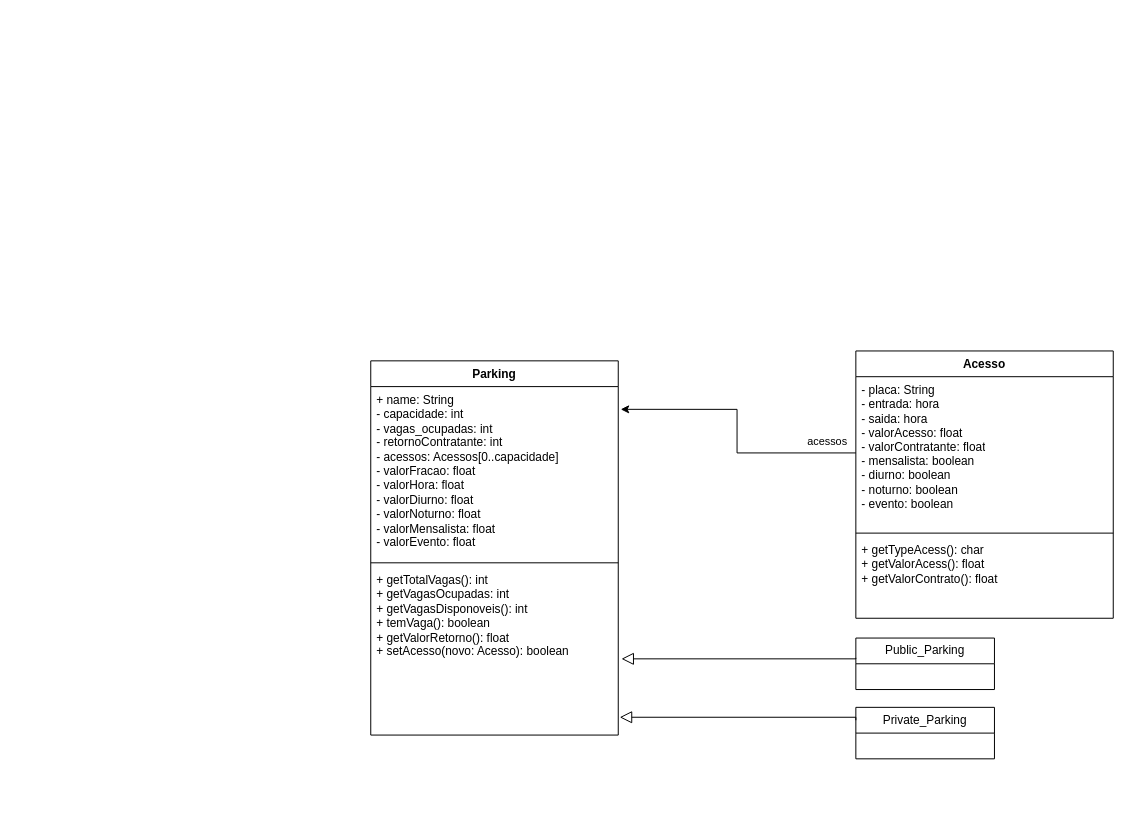
Pedronosrins/OO keeps this draw.io diagram as TP/Class_Diagram.drawio. Above is the earlier version. Source tidied: cells renumbered, new cells numbered last; positions are measured from the earlier drawing's top-left corner, leaving out a move shared by most shapes. Both pictures are drawn from the tidied source at 99%, with x=0, y=0 at pixel (370, 350).
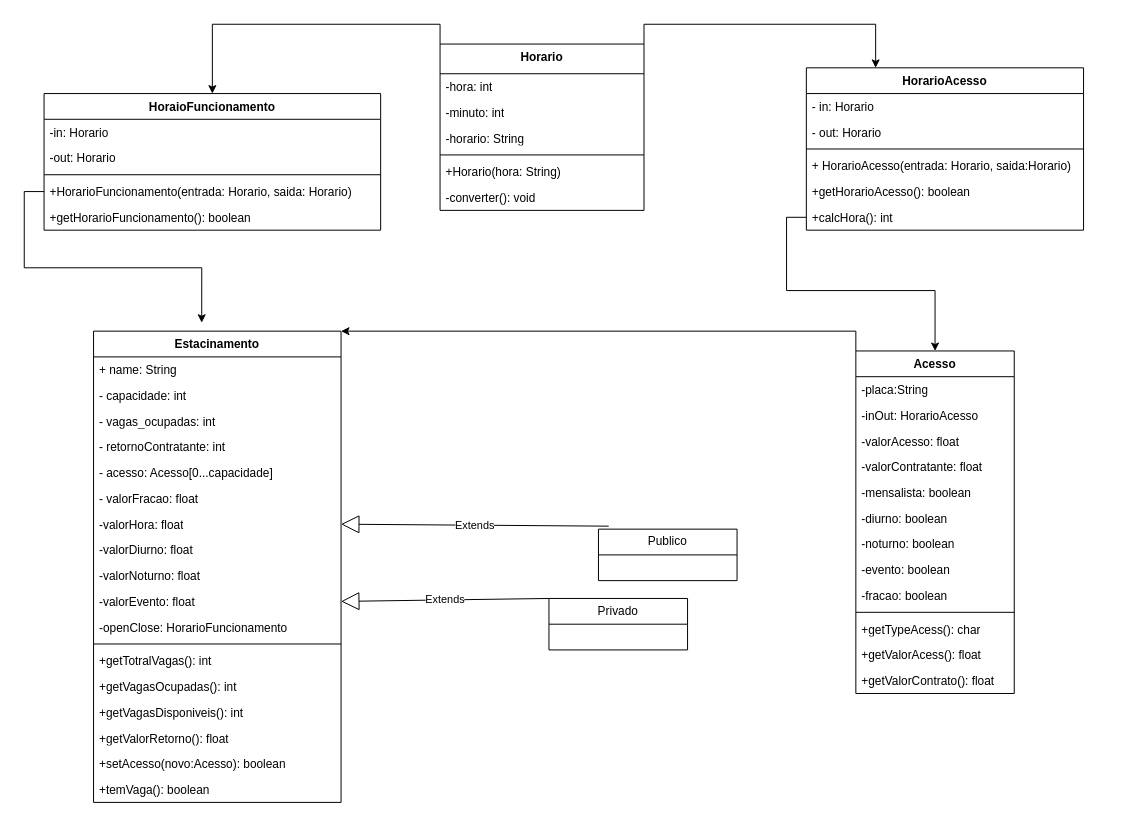
Above is the later version.

Diff of the diagram source:
```diff
@@
-    <mxCell id="2" style="endArrow=block;endSize=10;endFill=0;shadow=0;strokeWidth=1;rounded=0;edgeStyle=elbowEdgeStyle;elbow=vertical;entryX=1.006;entryY=0.891;entryDx=0;entryDy=0;entryPerimeter=0;exitX=0;exitY=0.25;exitDx=0;exitDy=0;" parent="1" edge="1" source="12" target="6">
-      <mxGeometry relative="1" as="geometry">
-        <Array as="points">
-          <mxPoint x="489" y="370" />
-          <mxPoint x="318" y="511" />
-          <mxPoint x="368" y="401" />
-          <mxPoint x="198" y="471" />
-          <mxPoint x="238" y="511" />
-          <mxPoint x="388" y="451" />
-        </Array>
-      </mxGeometry>
-    </mxCell>
-    <mxCell id="3" value="Parking" style="swimlane;fontStyle=1;align=center;verticalAlign=top;horizontal=1;startSize=26;whiteSpace=wrap;html=1;" parent="1" vertex="1">
-      <mxGeometry y="10" width="250" height="378" as="geometry" />
-    </mxCell>
-    <mxCell id="4" value="+ name: String&lt;br&gt;- capacidade: int&lt;br&gt;- vagas_ocupadas: int&lt;br&gt;- retornoContratante: int&lt;br&gt;- acessos: Acessos[0..capacidade]&lt;br&gt;- valorFracao: float&lt;br&gt;- valorHora: float&lt;br&gt;- valorDiurno: float&lt;br&gt;- valorNoturno: float&lt;br&gt;- valorMensalista: float&lt;br&gt;- valorEvento: float" style="text;strokeColor=none;fillColor=none;align=left;verticalAlign=top;spacingLeft=4;spacingRight=4;overflow=hidden;points=[[0,0.5],[1,0.5]];portConstraint=eastwest;whiteSpace=wrap;html=1;" parent="3" vertex="1">
-      <mxGeometry y="26" width="250" height="174" as="geometry" />
-    </mxCell>
-    <mxCell id="5" style="line;strokeWidth=1;fillColor=none;align=left;verticalAlign=middle;spacingTop=-1;spacingLeft=3;spacingRight=3;labelPosition=right;strokeColor=inherit;" parent="3" vertex="1">
-      <mxGeometry y="200" width="250" height="8" as="geometry" />
-    </mxCell>
-    <mxCell id="6" value="+ getTotalVagas(): int&lt;br&gt;+ getVagasOcupadas: int&lt;br&gt;+ getVagasDisponoveis(): int&lt;br&gt;+ temVaga(): boolean&lt;br&gt;+ getValorRetorno(): float&lt;br&gt;+ setAcesso(novo: Acesso): boolean" style="text;strokeColor=none;fillColor=none;align=left;verticalAlign=top;spacingLeft=4;spacingRight=4;overflow=hidden;points=[[0,0.5],[1,0.5]];portConstraint=eastwest;whiteSpace=wrap;html=1;" parent="3" vertex="1">
-      <mxGeometry y="208" width="250" height="170" as="geometry" />
-    </mxCell>
+    <mxCell id="16" value="Estacinamento" style="swimlane;fontStyle=1;align=center;verticalAlign=top;horizontal=1;startSize=26;whiteSpace=wrap;html=1;" parent="1" vertex="1">
+      <mxGeometry x="-280" y="-20" width="250" height="476" as="geometry" />
+    </mxCell>
+    <mxCell id="17" value="+ name: String" style="text;strokeColor=none;fillColor=none;align=left;verticalAlign=top;spacingLeft=4;spacingRight=4;overflow=hidden;whiteSpace=wrap;html=1;" parent="16" vertex="1">
+      <mxGeometry y="26" width="250" height="26" as="geometry" />
+    </mxCell>
+    <mxCell id="18" value="- capacidade: int&amp;nbsp;" style="text;strokeColor=none;fillColor=none;align=left;verticalAlign=top;spacingLeft=4;spacingRight=4;overflow=hidden;whiteSpace=wrap;html=1;" parent="16" vertex="1">
+      <mxGeometry y="52" width="250" height="26" as="geometry" />
+    </mxCell>
+    <mxCell id="19" value="- vagas_ocupadas: int&amp;nbsp;" style="text;strokeColor=none;fillColor=none;align=left;verticalAlign=top;spacingLeft=4;spacingRight=4;overflow=hidden;whiteSpace=wrap;html=1;" parent="16" vertex="1">
+      <mxGeometry y="78" width="250" height="26" as="geometry" />
+    </mxCell>
+    <mxCell id="20" value="- retornoContratante: int&amp;nbsp;" style="text;strokeColor=none;fillColor=none;align=left;verticalAlign=top;spacingLeft=4;spacingRight=4;overflow=hidden;whiteSpace=wrap;html=1;" parent="16" vertex="1">
+      <mxGeometry y="104" width="250" height="26" as="geometry" />
+    </mxCell>
+    <mxCell id="21" value="- acesso: Acesso[0...capacidade]&amp;nbsp;" style="text;strokeColor=none;fillColor=none;align=left;verticalAlign=top;spacingLeft=4;spacingRight=4;overflow=hidden;whiteSpace=wrap;html=1;" parent="16" vertex="1">
+      <mxGeometry y="130" width="250" height="26" as="geometry" />
+    </mxCell>
+    <mxCell id="22" value="- valorFracao: float" style="text;strokeColor=none;fillColor=none;align=left;verticalAlign=top;spacingLeft=4;spacingRight=4;overflow=hidden;whiteSpace=wrap;html=1;" parent="16" vertex="1">
+      <mxGeometry y="156" width="250" height="26" as="geometry" />
+    </mxCell>
+    <mxCell id="23" value="-valorHora: float" style="text;strokeColor=none;fillColor=none;align=left;verticalAlign=top;spacingLeft=4;spacingRight=4;overflow=hidden;points=[[0,0.5],[1,0.5]];portConstraint=eastwest;whiteSpace=wrap;html=1;" parent="16" vertex="1">
+      <mxGeometry y="182" width="250" height="26" as="geometry" />
+    </mxCell>
+    <mxCell id="24" value="-valorDiurno: float" style="text;strokeColor=none;fillColor=none;align=left;verticalAlign=top;spacingLeft=4;spacingRight=4;overflow=hidden;whiteSpace=wrap;html=1;" parent="16" vertex="1">
+      <mxGeometry y="208" width="250" height="26" as="geometry" />
+    </mxCell>
+    <mxCell id="25" value="-valorNoturno: float" style="text;strokeColor=none;fillColor=none;align=left;verticalAlign=top;spacingLeft=4;spacingRight=4;overflow=hidden;whiteSpace=wrap;html=1;" parent="16" vertex="1">
+      <mxGeometry y="234" width="250" height="26" as="geometry" />
+    </mxCell>
+    <mxCell id="26" value="-valorEvento: float" style="text;strokeColor=none;fillColor=none;align=left;verticalAlign=top;spacingLeft=4;spacingRight=4;overflow=hidden;points=[[0,0.5],[1,0.5]];portConstraint=eastwest;whiteSpace=wrap;html=1;" parent="16" vertex="1">
+      <mxGeometry y="260" width="250" height="26" as="geometry" />
+    </mxCell>
+    <mxCell id="27" value="-openClose: HorarioFuncionamento" style="text;strokeColor=none;fillColor=none;align=left;verticalAlign=top;spacingLeft=4;spacingRight=4;overflow=hidden;whiteSpace=wrap;html=1;" parent="16" vertex="1">
+      <mxGeometry y="286" width="250" height="26" as="geometry" />
+    </mxCell>
+    <mxCell id="28" style="line;strokeWidth=1;fillColor=none;align=left;verticalAlign=middle;spacingTop=-1;spacingLeft=3;spacingRight=3;labelPosition=right;strokeColor=inherit;" parent="16" vertex="1">
+      <mxGeometry y="312" width="250" height="8" as="geometry" />
+    </mxCell>
+    <mxCell id="29" value="+getTotralVagas(): int&amp;nbsp;" style="text;strokeColor=none;fillColor=none;align=left;verticalAlign=top;spacingLeft=4;spacingRight=4;overflow=hidden;whiteSpace=wrap;html=1;" parent="16" vertex="1">
+      <mxGeometry y="320" width="250" height="26" as="geometry" />
+    </mxCell>
+    <mxCell id="30" value="+getVagasOcupadas(): int&amp;nbsp;" style="text;strokeColor=none;fillColor=none;align=left;verticalAlign=top;spacingLeft=4;spacingRight=4;overflow=hidden;whiteSpace=wrap;html=1;" parent="16" vertex="1">
+      <mxGeometry y="346" width="250" height="26" as="geometry" />
+    </mxCell>
+    <mxCell id="31" value="+getVagasDisponiveis(): int&amp;nbsp;" style="text;strokeColor=none;fillColor=none;align=left;verticalAlign=top;spacingLeft=4;spacingRight=4;overflow=hidden;whiteSpace=wrap;html=1;" parent="16" vertex="1">
+      <mxGeometry y="372" width="250" height="26" as="geometry" />
+    </mxCell>
+    <mxCell id="32" value="+getValorRetorno(): float" style="text;strokeColor=none;fillColor=none;align=left;verticalAlign=top;spacingLeft=4;spacingRight=4;overflow=hidden;whiteSpace=wrap;html=1;" parent="16" vertex="1">
+      <mxGeometry y="398" width="250" height="26" as="geometry" />
+    </mxCell>
+    <mxCell id="33" value="+setAcesso(novo:Acesso): boolean&amp;nbsp;" style="text;strokeColor=none;fillColor=none;align=left;verticalAlign=top;spacingLeft=4;spacingRight=4;overflow=hidden;whiteSpace=wrap;html=1;" parent="16" vertex="1">
+      <mxGeometry y="424" width="250" height="26" as="geometry" />
+    </mxCell>
+    <mxCell id="34" value="+temVaga(): boolean&amp;nbsp;" style="text;strokeColor=none;fillColor=none;align=left;verticalAlign=top;spacingLeft=4;spacingRight=4;overflow=hidden;whiteSpace=wrap;html=1;" parent="16" vertex="1">
+      <mxGeometry y="450" width="250" height="26" as="geometry" />
+    </mxCell>
+    <mxCell id="35" style="edgeStyle=orthogonalEdgeStyle;rounded=0;jettySize=auto;html=1;exitX=0;exitY=0;exitDx=0;exitDy=0;entryX=1;entryY=0;entryDx=0;entryDy=0;" parent="1" edge="1" source="7" target="16">
+      <mxGeometry relative="1" as="geometry" />
+    </mxCell>
     <mxCell id="7" value="Acesso" style="swimlane;fontStyle=1;align=center;verticalAlign=top;horizontal=1;startSize=26;whiteSpace=wrap;html=1;" parent="1" vertex="1">
-      <mxGeometry x="490" width="260" height="270" as="geometry" />
+      <mxGeometry x="490" width="160" height="346" as="geometry" />
     </mxCell>
-    <mxCell id="8" value="- placa: String&lt;br&gt;- entrada: hora&lt;br&gt;- saida: hora&lt;br&gt;- valorAcesso: float&lt;br&gt;- valorContratante: float&lt;br&gt;- mensalista: boolean&lt;br&gt;- diurno: boolean&lt;br&gt;- noturno: boolean&lt;br&gt;- evento: boolean" style="text;strokeColor=none;fillColor=none;align=left;verticalAlign=top;spacingLeft=4;spacingRight=4;overflow=hidden;points=[[0,0.5],[1,0.5]];portConstraint=eastwest;whiteSpace=wrap;html=1;" parent="7" vertex="1">
-      <mxGeometry y="26" width="260" height="154" as="geometry" />
-    </mxCell>
-    <mxCell id="9" style="line;strokeWidth=1;fillColor=none;align=left;verticalAlign=middle;spacingTop=-1;spacingLeft=3;spacingRight=3;labelPosition=right;strokeColor=inherit;" parent="7" vertex="1">
-      <mxGeometry y="180" width="260" height="8" as="geometry" />
-    </mxCell>
-    <mxCell id="10" value="+ getTypeAcess(): char&lt;br&gt;+ getValorAcess(): float&lt;br&gt;+ getValorContrato(): float" style="text;strokeColor=none;fillColor=none;align=left;verticalAlign=top;spacingLeft=4;spacingRight=4;overflow=hidden;whiteSpace=wrap;html=1;" parent="7" vertex="1">
-      <mxGeometry y="188" width="260" height="82" as="geometry" />
-    </mxCell>
-    <mxCell id="11" value="Public_Parking" style="swimlane;fontStyle=0;horizontal=1;startSize=26;fillColor=none;whiteSpace=wrap;html=1;" parent="1" vertex="1">
-      <mxGeometry x="490" y="290" width="140" height="52" as="geometry" />
-    </mxCell>
-    <mxCell id="12" value="Private_Parking" style="swimlane;fontStyle=0;horizontal=1;startSize=26;fillColor=none;whiteSpace=wrap;html=1;" parent="1" vertex="1">
-      <mxGeometry x="490" y="360" width="140" height="52" as="geometry" />
-    </mxCell>
-    <mxCell id="13" style="edgeStyle=orthogonalEdgeStyle;rounded=0;jettySize=auto;html=1;exitX=0;exitY=0.5;exitDx=0;exitDy=0;entryX=1.01;entryY=0.132;entryDx=0;entryDy=0;entryPerimeter=0;" parent="1" edge="1" source="8" target="4">
-      <mxGeometry relative="1" as="geometry" />
-    </mxCell>
-    <mxCell id="14" value="acessos" style="edgeLabel;html=1;align=center;verticalAlign=middle;" parent="13" vertex="1">
-      <mxGeometry x="-0.72" y="2" relative="1" as="geometry">
-        <mxPoint x="9" y="-15" as="offset" />
-      </mxGeometry>
-    </mxCell>
-    <mxCell id="15" style="endArrow=block;endSize=10;endFill=0;shadow=0;strokeWidth=1;rounded=0;edgeStyle=elbowEdgeStyle;elbow=vertical;entryX=1.013;entryY=0.547;entryDx=0;entryDy=0;entryPerimeter=0;" parent="1" edge="1" target="6">
-      <mxGeometry relative="1" as="geometry">
-        <mxPoint x="490" y="310" as="sourcePoint" />
-        <Array as="points">
-          <mxPoint x="527" y="311" />
-          <mxPoint x="356" y="452" />
-          <mxPoint x="406" y="342" />
-          <mxPoint x="236" y="412" />
-          <mxPoint x="276" y="452" />
-          <mxPoint x="426" y="392" />
-        </Array>
-      </mxGeometry>
-    </mxCell>
+    <mxCell id="36" value="-placa:String" style="text;strokeColor=none;fillColor=none;align=left;verticalAlign=top;spacingLeft=4;spacingRight=4;overflow=hidden;whiteSpace=wrap;html=1;" parent="7" vertex="1">
+      <mxGeometry y="26" width="160" height="26" as="geometry" />
+    </mxCell>
+    <mxCell id="37" value="-inOut: HorarioAcesso" style="text;strokeColor=none;fillColor=none;align=left;verticalAlign=top;spacingLeft=4;spacingRight=4;overflow=hidden;whiteSpace=wrap;html=1;" parent="7" vertex="1">
+      <mxGeometry y="52" width="160" height="26" as="geometry" />
+    </mxCell>
+    <mxCell id="38" value="-valorAcesso: float" style="text;strokeColor=none;fillColor=none;align=left;verticalAlign=top;spacingLeft=4;spacingRight=4;overflow=hidden;whiteSpace=wrap;html=1;" parent="7" vertex="1">
+      <mxGeometry y="78" width="160" height="26" as="geometry" />
+    </mxCell>
+    <mxCell id="39" value="-valorContratante: float" style="text;strokeColor=none;fillColor=none;align=left;verticalAlign=top;spacingLeft=4;spacingRight=4;overflow=hidden;whiteSpace=wrap;html=1;" parent="7" vertex="1">
+      <mxGeometry y="104" width="160" height="26" as="geometry" />
+    </mxCell>
+    <mxCell id="40" value="-mensalista: boolean" style="text;strokeColor=none;fillColor=none;align=left;verticalAlign=top;spacingLeft=4;spacingRight=4;overflow=hidden;whiteSpace=wrap;html=1;" parent="7" vertex="1">
+      <mxGeometry y="130" width="160" height="26" as="geometry" />
+    </mxCell>
+    <mxCell id="41" value="-diurno: boolean" style="text;strokeColor=none;fillColor=none;align=left;verticalAlign=top;spacingLeft=4;spacingRight=4;overflow=hidden;whiteSpace=wrap;html=1;" parent="7" vertex="1">
+      <mxGeometry y="156" width="160" height="26" as="geometry" />
+    </mxCell>
+    <mxCell id="42" value="-noturno: boolean" style="text;strokeColor=none;fillColor=none;align=left;verticalAlign=top;spacingLeft=4;spacingRight=4;overflow=hidden;whiteSpace=wrap;html=1;" parent="7" vertex="1">
+      <mxGeometry y="182" width="160" height="26" as="geometry" />
+    </mxCell>
+    <mxCell id="43" value="-evento: boolean" style="text;strokeColor=none;fillColor=none;align=left;verticalAlign=top;spacingLeft=4;spacingRight=4;overflow=hidden;whiteSpace=wrap;html=1;" parent="7" vertex="1">
+      <mxGeometry y="208" width="160" height="26" as="geometry" />
+    </mxCell>
+    <mxCell id="44" value="-fracao: boolean" style="text;strokeColor=none;fillColor=none;align=left;verticalAlign=top;spacingLeft=4;spacingRight=4;overflow=hidden;whiteSpace=wrap;html=1;" parent="7" vertex="1">
+      <mxGeometry y="234" width="160" height="26" as="geometry" />
+    </mxCell>
+    <mxCell id="45" style="line;strokeWidth=1;fillColor=none;align=left;verticalAlign=middle;spacingTop=-1;spacingLeft=3;spacingRight=3;labelPosition=right;strokeColor=inherit;" parent="7" vertex="1">
+      <mxGeometry y="260" width="160" height="8" as="geometry" />
+    </mxCell>
+    <mxCell id="46" value="+getTypeAcess(): char" style="text;strokeColor=none;fillColor=none;align=left;verticalAlign=top;spacingLeft=4;spacingRight=4;overflow=hidden;whiteSpace=wrap;html=1;" parent="7" vertex="1">
+      <mxGeometry y="268" width="160" height="26" as="geometry" />
+    </mxCell>
+    <mxCell id="47" value="+getValorAcess(): float" style="text;strokeColor=none;fillColor=none;align=left;verticalAlign=top;spacingLeft=4;spacingRight=4;overflow=hidden;whiteSpace=wrap;html=1;" parent="7" vertex="1">
+      <mxGeometry y="294" width="160" height="26" as="geometry" />
+    </mxCell>
+    <mxCell id="48" value="+getValorContrato(): float" style="text;strokeColor=none;fillColor=none;align=left;verticalAlign=top;spacingLeft=4;spacingRight=4;overflow=hidden;whiteSpace=wrap;html=1;" parent="7" vertex="1">
+      <mxGeometry y="320" width="160" height="26" as="geometry" />
+    </mxCell>
+    <mxCell id="49" value="Publico" style="swimlane;fontStyle=0;horizontal=1;startSize=26;fillColor=none;whiteSpace=wrap;html=1;" parent="1" vertex="1">
+      <mxGeometry x="230" y="180" width="140" height="52" as="geometry" />
+    </mxCell>
+    <mxCell id="50" value="Privado" style="swimlane;fontStyle=0;horizontal=1;startSize=26;fillColor=none;whiteSpace=wrap;html=1;" parent="1" vertex="1">
+      <mxGeometry x="180" y="250" width="140" height="52" as="geometry" />
+    </mxCell>
+    <mxCell id="51" style="edgeStyle=orthogonalEdgeStyle;rounded=0;jettySize=auto;html=1;exitX=0;exitY=0;exitDx=0;exitDy=0;entryX=0.5;entryY=0;entryDx=0;entryDy=0;" parent="1" edge="1" source="53" target="69">
+      <mxGeometry relative="1" as="geometry" />
+    </mxCell>
+    <mxCell id="52" style="edgeStyle=orthogonalEdgeStyle;rounded=0;jettySize=auto;html=1;exitX=1;exitY=0;exitDx=0;exitDy=0;entryX=0.25;entryY=0;entryDx=0;entryDy=0;" parent="1" edge="1" source="53" target="62">
+      <mxGeometry relative="1" as="geometry" />
+    </mxCell>
+    <mxCell id="53" value="Horario" style="swimlane;fontStyle=1;align=center;verticalAlign=top;horizontal=1;startSize=30;whiteSpace=wrap;html=1;" parent="1" vertex="1">
+      <mxGeometry x="70" y="-310" width="206" height="168" as="geometry" />
+    </mxCell>
+    <mxCell id="54" value="-hora: int" style="text;strokeColor=none;fillColor=none;align=left;verticalAlign=top;spacingLeft=4;spacingRight=4;overflow=hidden;whiteSpace=wrap;html=1;" parent="53" vertex="1">
+      <mxGeometry y="30" width="206" height="26" as="geometry" />
+    </mxCell>
+    <mxCell id="55" value="-minuto: int" style="text;strokeColor=none;fillColor=none;align=left;verticalAlign=top;spacingLeft=4;spacingRight=4;overflow=hidden;whiteSpace=wrap;html=1;" parent="53" vertex="1">
+      <mxGeometry y="56" width="206" height="26" as="geometry" />
+    </mxCell>
+    <mxCell id="56" value="-horario: String" style="text;strokeColor=none;fillColor=none;align=left;verticalAlign=top;spacingLeft=4;spacingRight=4;overflow=hidden;whiteSpace=wrap;html=1;" parent="53" vertex="1">
+      <mxGeometry y="82" width="206" height="26" as="geometry" />
+    </mxCell>
+    <mxCell id="57" style="line;strokeWidth=1;fillColor=none;align=left;verticalAlign=middle;spacingTop=-1;spacingLeft=3;spacingRight=3;labelPosition=right;strokeColor=inherit;" parent="53" vertex="1">
+      <mxGeometry y="108" width="206" height="8" as="geometry" />
+    </mxCell>
+    <mxCell id="58" value="+Horario(hora: String)&amp;nbsp;" style="text;strokeColor=none;fillColor=none;align=left;verticalAlign=top;spacingLeft=4;spacingRight=4;overflow=hidden;whiteSpace=wrap;html=1;" parent="53" vertex="1">
+      <mxGeometry y="116" width="206" height="26" as="geometry" />
+    </mxCell>
+    <mxCell id="59" value="-converter(): void" style="text;strokeColor=none;fillColor=none;align=left;verticalAlign=top;spacingLeft=4;spacingRight=4;overflow=hidden;whiteSpace=wrap;html=1;" parent="53" vertex="1">
+      <mxGeometry y="142" width="206" height="26" as="geometry" />
+    </mxCell>
+    <mxCell id="60" value="Extends" style="endArrow=block;endSize=16;endFill=0;html=1;rounded=0;exitX=0.074;exitY=-0.058;exitDx=0;exitDy=0;exitPerimeter=0;entryX=1;entryY=0.5;entryDx=0;entryDy=0;" parent="1" edge="1" source="49" target="23">
+      <mxGeometry relative="1" as="geometry" />
+    </mxCell>
+    <mxCell id="61" value="Extends" style="endArrow=block;endSize=16;endFill=0;html=1;rounded=0;exitX=0;exitY=0;exitDx=0;exitDy=0;entryX=1;entryY=0.5;entryDx=0;entryDy=0;" parent="1" edge="1" source="50" target="26">
+      <mxGeometry relative="1" as="geometry" />
+    </mxCell>
+    <mxCell id="62" value="HorarioAcesso" style="swimlane;fontStyle=1;align=center;verticalAlign=top;horizontal=1;startSize=26;whiteSpace=wrap;html=1;" parent="1" vertex="1">
+      <mxGeometry x="440" y="-286" width="280" height="164" as="geometry" />
+    </mxCell>
+    <mxCell id="63" value="- in: Horario" style="text;strokeColor=none;fillColor=none;align=left;verticalAlign=top;spacingLeft=4;spacingRight=4;overflow=hidden;whiteSpace=wrap;html=1;" parent="62" vertex="1">
+      <mxGeometry y="26" width="280" height="26" as="geometry" />
+    </mxCell>
+    <mxCell id="64" value="- out: Horario" style="text;strokeColor=none;fillColor=none;align=left;verticalAlign=top;spacingLeft=4;spacingRight=4;overflow=hidden;whiteSpace=wrap;html=1;" parent="62" vertex="1">
+      <mxGeometry y="52" width="280" height="26" as="geometry" />
+    </mxCell>
+    <mxCell id="65" style="line;strokeWidth=1;fillColor=none;align=left;verticalAlign=middle;spacingTop=-1;spacingLeft=3;spacingRight=3;labelPosition=right;strokeColor=inherit;" parent="62" vertex="1">
+      <mxGeometry y="78" width="280" height="8" as="geometry" />
+    </mxCell>
+    <mxCell id="66" value="+ HorarioAcesso(entrada: Horario, saida:Horario)" style="text;strokeColor=none;fillColor=none;align=left;verticalAlign=top;spacingLeft=4;spacingRight=4;overflow=hidden;whiteSpace=wrap;html=1;" parent="62" vertex="1">
+      <mxGeometry y="86" width="280" height="26" as="geometry" />
+    </mxCell>
+    <mxCell id="67" value="+getHorarioAcesso(): boolean" style="text;strokeColor=none;fillColor=none;align=left;verticalAlign=top;spacingLeft=4;spacingRight=4;overflow=hidden;whiteSpace=wrap;html=1;" parent="62" vertex="1">
+      <mxGeometry y="112" width="280" height="26" as="geometry" />
+    </mxCell>
+    <mxCell id="68" value="+calcHora(): int&amp;nbsp;" style="text;strokeColor=none;fillColor=none;align=left;verticalAlign=top;spacingLeft=4;spacingRight=4;overflow=hidden;points=[[0,0.5],[1,0.5]];portConstraint=eastwest;whiteSpace=wrap;html=1;" parent="62" vertex="1">
+      <mxGeometry y="138" width="280" height="26" as="geometry" />
+    </mxCell>
+    <mxCell id="69" value="HoraioFuncionamento" style="swimlane;fontStyle=1;align=center;verticalAlign=top;horizontal=1;startSize=26;whiteSpace=wrap;html=1;" parent="1" vertex="1">
+      <mxGeometry x="-330" y="-260" width="340" height="138" as="geometry" />
+    </mxCell>
+    <mxCell id="70" value="-in: Horario" style="text;strokeColor=none;fillColor=none;align=left;verticalAlign=top;spacingLeft=4;spacingRight=4;overflow=hidden;whiteSpace=wrap;html=1;" parent="69" vertex="1">
+      <mxGeometry y="26" width="340" height="26" as="geometry" />
+    </mxCell>
+    <mxCell id="71" value="-out: Horario" style="text;strokeColor=none;fillColor=none;align=left;verticalAlign=top;spacingLeft=4;spacingRight=4;overflow=hidden;whiteSpace=wrap;html=1;" parent="69" vertex="1">
+      <mxGeometry y="52" width="340" height="26" as="geometry" />
+    </mxCell>
+    <mxCell id="72" style="line;strokeWidth=1;fillColor=none;align=left;verticalAlign=middle;spacingTop=-1;spacingLeft=3;spacingRight=3;labelPosition=right;strokeColor=inherit;" parent="69" vertex="1">
+      <mxGeometry y="78" width="340" height="8" as="geometry" />
+    </mxCell>
+    <mxCell id="73" value="+HorarioFuncionamento(entrada: Horario, saida: Horario)" style="text;strokeColor=none;fillColor=none;align=left;verticalAlign=top;spacingLeft=4;spacingRight=4;overflow=hidden;points=[[0,0.5],[1,0.5]];portConstraint=eastwest;whiteSpace=wrap;html=1;" parent="69" vertex="1">
+      <mxGeometry y="86" width="340" height="26" as="geometry" />
+    </mxCell>
+    <mxCell id="74" value="+getHorarioFuncionamento(): boolean" style="text;strokeColor=none;fillColor=none;align=left;verticalAlign=top;spacingLeft=4;spacingRight=4;overflow=hidden;whiteSpace=wrap;html=1;" parent="69" vertex="1">
+      <mxGeometry y="112" width="340" height="26" as="geometry" />
+    </mxCell>
+    <mxCell id="75" style="edgeStyle=orthogonalEdgeStyle;rounded=0;jettySize=auto;html=1;exitX=0;exitY=0.5;exitDx=0;exitDy=0;entryX=0.437;entryY=-0.018;entryDx=0;entryDy=0;entryPerimeter=0;" parent="1" edge="1" source="73" target="16">
+      <mxGeometry relative="1" as="geometry" />
+    </mxCell>
+    <mxCell id="76" style="edgeStyle=orthogonalEdgeStyle;rounded=0;jettySize=auto;html=1;exitX=0;exitY=0.5;exitDx=0;exitDy=0;entryX=0.5;entryY=0;entryDx=0;entryDy=0;" parent="1" edge="1" source="68" target="7">
+      <mxGeometry relative="1" as="geometry" />
+    </mxCell>
```
